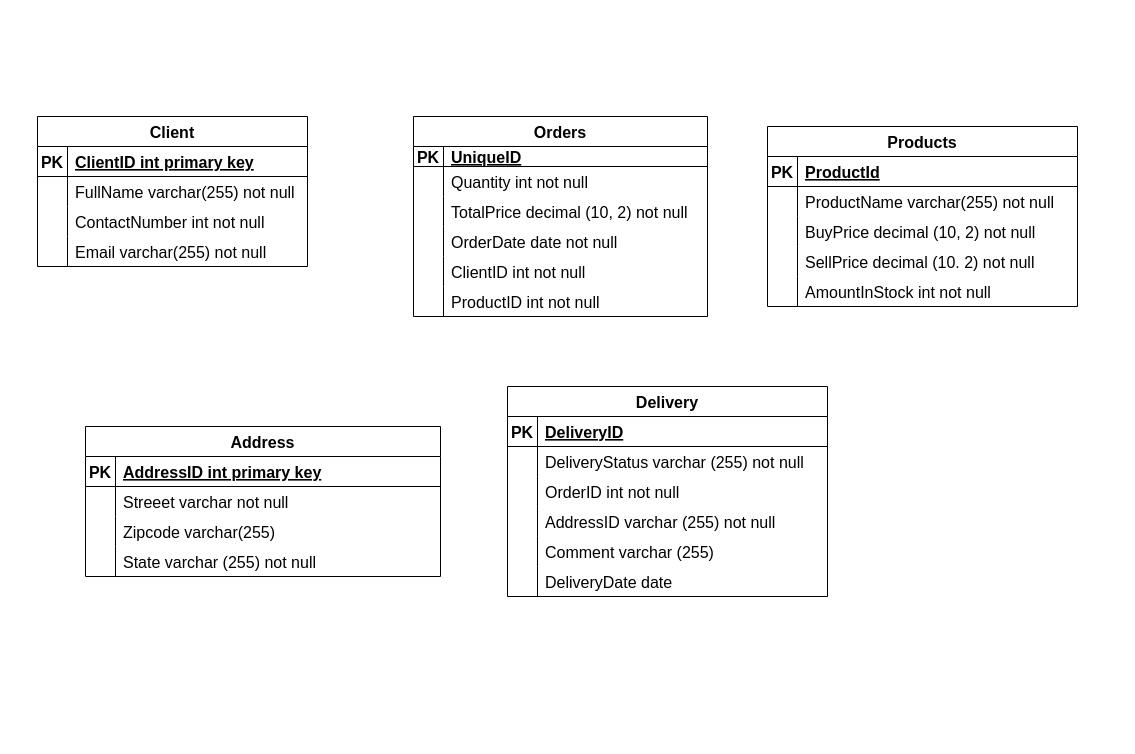
Above: page "Logical ER diagram for M&G" (2 of 2) of Untitled Diagram.drawio in eddahbarasa/AdvancedDataModeling (draw.io), before the change. Source tidied: cells renumbered, new cells numbered last; positions are measured from the earlier drawing's top-left corner, leaving out a move shared by most shapes. Both pictures are drawn from the tidied source at 100%, with x=0, y=0 at pixel (37, 116).
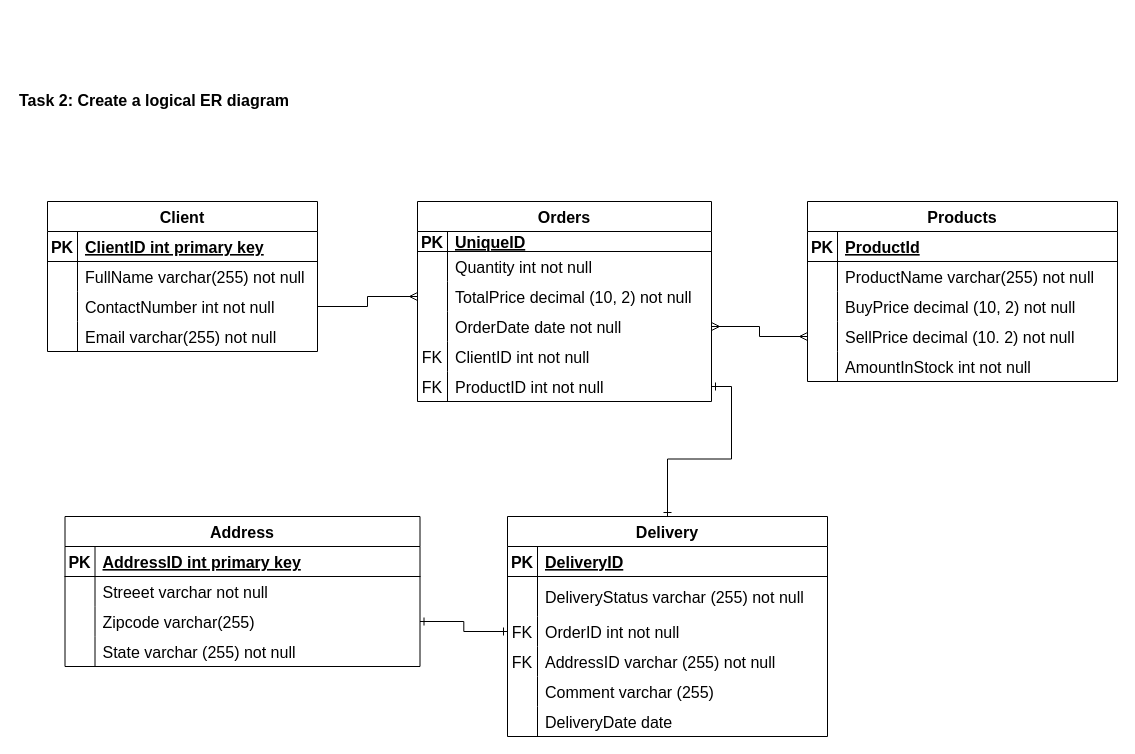
Above is the later version.

The change refers to these unchanged cells:
```xml
<mxCell id="6" style="shape=tableRow;horizontal=0;startSize=0;swimlaneHead=0;swimlaneBody=0;fillColor=none;points=[[0,0.5],[1,0.5]];portConstraint=eastwest;top=0;left=0;right=0;bottom=0;fontSize=16;" parent="2" vertex="1">
  <mxGeometry y="60" width="270" height="30" as="geometry" />
</mxCell>
<mxCell id="9" style="shape=tableRow;horizontal=0;startSize=0;swimlaneHead=0;swimlaneBody=0;fillColor=none;points=[[0,0.5],[1,0.5]];portConstraint=eastwest;top=0;left=0;right=0;bottom=0;fontSize=16;" parent="2" vertex="1">
  <mxGeometry y="90" width="270" height="30" as="geometry" />
</mxCell>
<mxCell id="22" style="shape=tableRow;horizontal=0;startSize=0;swimlaneHead=0;swimlaneBody=0;fillColor=none;points=[[0,0.5],[1,0.5]];portConstraint=eastwest;top=0;left=0;right=0;bottom=0;fontSize=16;" parent="15" vertex="1">
  <mxGeometry y="80" width="294" height="30" as="geometry" />
</mxCell>
<mxCell id="25" style="shape=tableRow;horizontal=0;startSize=0;swimlaneHead=0;swimlaneBody=0;fillColor=none;points=[[0,0.5],[1,0.5]];portConstraint=eastwest;top=0;left=0;right=0;bottom=0;fontSize=16;" parent="15" vertex="1">
  <mxGeometry y="110" width="294" height="30" as="geometry" />
</mxCell>
<mxCell id="28" style="shape=tableRow;horizontal=0;startSize=0;swimlaneHead=0;swimlaneBody=0;fillColor=none;top=0;left=0;right=0;bottom=0;fontSize=16;" parent="15" vertex="1">
  <mxGeometry y="140" width="294" height="30" as="geometry" />
</mxCell>
<mxCell id="31" style="shape=tableRow;horizontal=0;startSize=0;swimlaneHead=0;swimlaneBody=0;fillColor=none;points=[[0,0.5],[1,0.5]];portConstraint=eastwest;top=0;left=0;right=0;bottom=0;fontSize=16;" parent="15" vertex="1">
  <mxGeometry y="170" width="294" height="30" as="geometry" />
</mxCell>
<mxCell id="44" style="shape=tableRow;horizontal=0;startSize=0;swimlaneHead=0;swimlaneBody=0;fillColor=none;points=[[0,0.5],[1,0.5]];portConstraint=eastwest;top=0;left=0;right=0;bottom=0;fontSize=16;" parent="34" vertex="1">
  <mxGeometry y="120" width="310" height="30" as="geometry" />
</mxCell>
<mxCell id="76" style="shape=tableRow;horizontal=0;startSize=0;swimlaneHead=0;swimlaneBody=0;fillColor=none;points=[[0,0.5],[1,0.5]];portConstraint=eastwest;top=0;left=0;right=0;bottom=0;fontSize=16;" parent="69" vertex="1">
  <mxGeometry y="90" width="355" height="30" as="geometry" />
</mxCell>
```

Change to the diagram source:
```diff
@@
     <mxCell id="2" value="Client" style="shape=table;startSize=30;childLayout=tableLayout;rowLines=0;fontStyle=1;align=center;fontSize=16;" parent="1" vertex="1">
-      <mxGeometry width="270" height="150" as="geometry" />
+      <mxGeometry x="10" y="85" width="270" height="150" as="geometry" />
     </mxCell>
@@
     <mxCell id="15" value="Orders" style="shape=table;startSize=30;childLayout=tableLayout;rowLines=0;fontStyle=1;align=center;fontSize=16;" parent="1" vertex="1">
-      <mxGeometry x="376" width="294" height="200" as="geometry" />
+      <mxGeometry x="380" y="85" width="294" height="200" as="geometry" />
     </mxCell>
@@
-    <mxCell id="29" style="shape=partialRectangle;fillColor=none;top=0;left=0;bottom=0;right=0;overflow=hidden;fontSize=16;" parent="28" vertex="1">
+    <mxCell id="29" value="FK" style="shape=partialRectangle;fillColor=none;top=0;left=0;bottom=0;right=0;overflow=hidden;fontSize=16;" parent="28" vertex="1">
       <mxGeometry width="30" height="30" as="geometry" />
     </mxCell>
@@
-    <mxCell id="32" style="shape=partialRectangle;fillColor=none;top=0;left=0;bottom=0;right=0;overflow=hidden;fontSize=16;" parent="31" vertex="1">
+    <mxCell id="32" value="FK" style="shape=partialRectangle;fillColor=none;top=0;left=0;bottom=0;right=0;overflow=hidden;fontSize=16;" parent="31" vertex="1">
       <mxGeometry width="30" height="30" as="geometry" />
     </mxCell>
@@
     <mxCell id="34" value="Products" style="shape=table;startSize=30;childLayout=tableLayout;rowLines=0;fontStyle=1;align=center;fontSize=16;" parent="1" vertex="1">
-      <mxGeometry x="730" y="10" width="310" height="180" as="geometry" />
+      <mxGeometry x="770" y="85" width="310" height="180" as="geometry" />
     </mxCell>
@@
+    <mxCell id="82" style="edgeStyle=orthogonalEdgeStyle;rounded=0;jettySize=auto;html=1;fontSize=16;startArrow=ERone;startFill=0;endArrow=ERone;endFill=0;" parent="1" edge="1" source="50" target="31">
+      <mxGeometry relative="1" as="geometry" />
+    </mxCell>
     <mxCell id="50" value="Delivery" style="shape=table;startSize=30;childLayout=tableLayout;rowLines=0;fontStyle=1;align=center;fontSize=16;" parent="1" vertex="1">
-      <mxGeometry x="470" y="270" width="320" height="210" as="geometry" />
+      <mxGeometry x="470" y="400" width="320" height="220" as="geometry" />
     </mxCell>
@@
     <mxCell id="54" style="shape=tableRow;horizontal=0;startSize=0;swimlaneHead=0;swimlaneBody=0;fillColor=none;top=0;left=0;right=0;bottom=0;fontSize=16;" parent="50" vertex="1">
-      <mxGeometry y="60" width="320" height="30" as="geometry" />
+      <mxGeometry y="60" width="320" height="40" as="geometry" />
     </mxCell>
     <mxCell id="55" style="shape=partialRectangle;fillColor=none;top=0;left=0;bottom=0;right=0;overflow=hidden;fontSize=16;" parent="54" vertex="1">
-      <mxGeometry width="30" height="30" as="geometry" />
+      <mxGeometry width="30" height="40" as="geometry" />
     </mxCell>
     <mxCell id="56" value="DeliveryStatus varchar (255) not null" style="shape=partialRectangle;fillColor=none;top=0;left=0;bottom=0;right=0;align=left;spacingLeft=6;overflow=hidden;fontSize=16;" parent="54" vertex="1">
-      <mxGeometry x="30" width="290" height="30" as="geometry" />
+      <mxGeometry x="30" width="290" height="40" as="geometry" />
     </mxCell>
     <mxCell id="57" style="shape=tableRow;horizontal=0;startSize=0;swimlaneHead=0;swimlaneBody=0;fillColor=none;points=[[0,0.5],[1,0.5]];portConstraint=eastwest;top=0;left=0;right=0;bottom=0;fontSize=16;" parent="50" vertex="1">
-      <mxGeometry y="90" width="320" height="30" as="geometry" />
+      <mxGeometry y="100" width="320" height="30" as="geometry" />
     </mxCell>
-    <mxCell id="58" style="shape=partialRectangle;fillColor=none;top=0;left=0;bottom=0;right=0;overflow=hidden;fontSize=16;" parent="57" vertex="1">
+    <mxCell id="58" value="FK" style="shape=partialRectangle;fillColor=none;top=0;left=0;bottom=0;right=0;overflow=hidden;fontSize=16;" parent="57" vertex="1">
       <mxGeometry width="30" height="30" as="geometry" />
     </mxCell>
@@
     <mxCell id="60" style="shape=tableRow;horizontal=0;startSize=0;swimlaneHead=0;swimlaneBody=0;fillColor=none;top=0;left=0;right=0;bottom=0;fontSize=16;" parent="50" vertex="1">
-      <mxGeometry y="120" width="320" height="30" as="geometry" />
+      <mxGeometry y="130" width="320" height="30" as="geometry" />
     </mxCell>
-    <mxCell id="61" style="shape=partialRectangle;fillColor=none;top=0;left=0;bottom=0;right=0;overflow=hidden;fontSize=16;" parent="60" vertex="1">
+    <mxCell id="61" value="FK" style="shape=partialRectangle;fillColor=none;top=0;left=0;bottom=0;right=0;overflow=hidden;fontSize=16;" parent="60" vertex="1">
       <mxGeometry width="30" height="30" as="geometry" />
     </mxCell>
@@
     <mxCell id="63" style="shape=tableRow;horizontal=0;startSize=0;swimlaneHead=0;swimlaneBody=0;fillColor=none;top=0;left=0;right=0;bottom=0;fontSize=16;" parent="50" vertex="1">
-      <mxGeometry y="150" width="320" height="30" as="geometry" />
+      <mxGeometry y="160" width="320" height="30" as="geometry" />
     </mxCell>
@@
     <mxCell id="66" style="shape=tableRow;horizontal=0;startSize=0;swimlaneHead=0;swimlaneBody=0;fillColor=none;top=0;left=0;right=0;bottom=0;fontSize=16;" parent="50" vertex="1">
-      <mxGeometry y="180" width="320" height="30" as="geometry" />
+      <mxGeometry y="190" width="320" height="30" as="geometry" />
     </mxCell>
@@
     <mxCell id="69" value="Address" style="shape=table;startSize=30;childLayout=tableLayout;rowLines=0;fontStyle=1;align=center;fontSize=16;" parent="1" vertex="1">
-      <mxGeometry x="48" y="310" width="355" height="150" as="geometry" />
+      <mxGeometry x="27.5" y="400" width="355" height="150" as="geometry" />
     </mxCell>
@@
+    <mxCell id="83" style="edgeStyle=orthogonalEdgeStyle;rounded=0;jettySize=auto;html=1;entryX=0;entryY=0.5;entryDx=0;entryDy=0;fontSize=16;endArrow=ERmany;endFill=0;strokeColor=none;startArrow=none;startFill=0;" parent="1" edge="1" source="6" target="22">
+      <mxGeometry relative="1" as="geometry" />
+    </mxCell>
+    <mxCell id="84" style="edgeStyle=orthogonalEdgeStyle;rounded=0;jettySize=auto;html=1;fontSize=16;startArrow=none;startFill=0;endArrow=ERmany;endFill=0;" parent="1" edge="1" source="9" target="22">
+      <mxGeometry relative="1" as="geometry" />
+    </mxCell>
+    <mxCell id="85" style="edgeStyle=orthogonalEdgeStyle;rounded=0;jettySize=auto;html=1;entryX=0;entryY=0.5;entryDx=0;entryDy=0;fontSize=16;startArrow=ERmany;startFill=0;endArrow=ERmany;endFill=0;" parent="1" edge="1" source="25" target="44">
+      <mxGeometry relative="1" as="geometry" />
+    </mxCell>
+    <mxCell id="86" style="edgeStyle=orthogonalEdgeStyle;rounded=0;jettySize=auto;html=1;entryX=1;entryY=0.5;entryDx=0;entryDy=0;fontSize=16;startArrow=ERone;startFill=0;endArrow=ERone;endFill=0;" parent="1" edge="1" source="57" target="76">
+      <mxGeometry relative="1" as="geometry" />
+    </mxCell>
+    <mxCell id="87" value="&lt;br&gt;&lt;br&gt;&lt;br&gt;&lt;p class=&quot;MsoNormal&quot;&gt;&lt;b&gt;&lt;span lang=&quot;EN-GB&quot;&gt;Task 2: Create a logical ER diagram&lt;/span&gt;&lt;/b&gt;&lt;/p&gt;&lt;br&gt;" style="text;html=1;strokeColor=none;fillColor=none;align=left;verticalAlign=middle;whiteSpace=wrap;rounded=0;fontSize=16;" parent="1" vertex="1">
+      <mxGeometry x="-20" y="-50" width="450" height="30" as="geometry" />
+    </mxCell>
```
